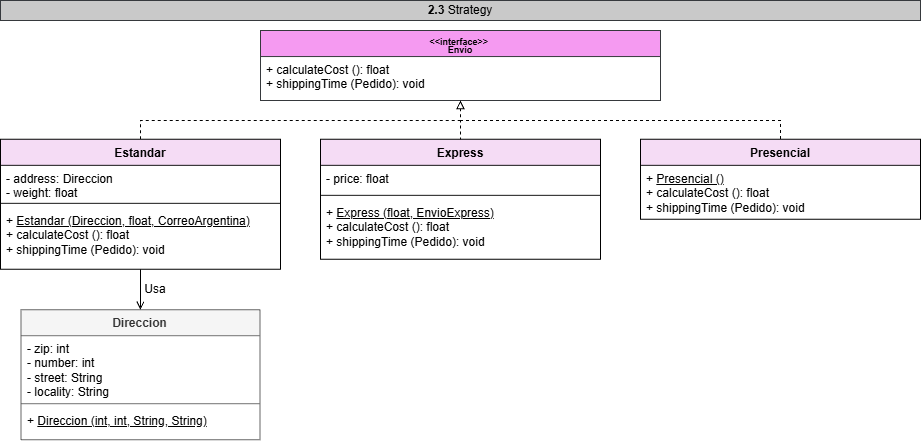
Earlier version of the draw.io export src/Envio/UML.png (saenzlucas/UNQShop). Source tidied: cells renumbered, new cells last; positions are measured from the earlier drawing's top-left corner, leaving out a move shared by most shapes.
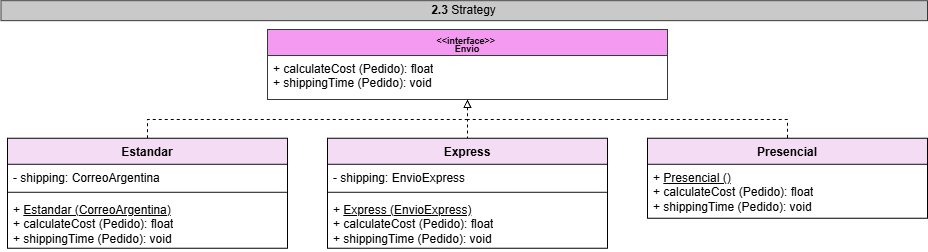
Above is the later version.

Diff of the diagram source:
```diff
@@ -2,12 +2,15 @@
   <root>
     <mxCell id="0" />
     <mxCell id="1" parent="0" />
+    <mxCell id="18" value="&lt;div&gt;&lt;span style=&quot;background-color: transparent; color: light-dark(rgb(0, 0, 0), rgb(255, 255, 255));&quot;&gt;&lt;b&gt;2.3&lt;/b&gt; Strategy&lt;/span&gt;&lt;/div&gt;" style="text;html=1;whiteSpace=wrap;align=center;verticalAlign=middle;rounded=0;fillColor=#C9C9C9;strokeColor=#36393d;" parent="1" vertex="1">
+      <mxGeometry x="-6.5" y="1.1" width="926.5" height="20" as="geometry" />
+    </mxCell>
     <mxCell id="2" value="&lt;div style=&quot;line-height: 70%;&quot;&gt;&lt;div&gt;&lt;font style=&quot;font-size: 9px; line-height: 70%;&quot;&gt;&amp;lt;&amp;lt;interface&amp;gt;&amp;gt;&amp;nbsp;&lt;/font&gt;&lt;/div&gt;&lt;div&gt;&lt;font style=&quot;font-size: 9px; line-height: 70%;&quot;&gt;Envio&lt;/font&gt;&lt;/div&gt;&lt;/div&gt;" style="swimlane;fontStyle=1;align=center;verticalAlign=top;horizontal=1;startSize=26;whiteSpace=wrap;html=1;fillColor=#F59AF1;strokeColor=#36393d;" parent="1" vertex="1">
       <mxGeometry x="260" y="30" width="400" height="70" as="geometry" />
     </mxCell>
-    <mxCell id="3" value="&lt;div&gt;&lt;span style=&quot;background-color: transparent; color: light-dark(rgb(0, 0, 0), rgb(255, 255, 255));&quot;&gt;+ calculateCost (): float&lt;/span&gt;&lt;/div&gt;&lt;div&gt;&lt;span style=&quot;background-color: transparent; color: light-dark(rgb(0, 0, 0), rgb(255, 255, 255));&quot;&gt;+ shippingTime (Pedido): void&lt;/span&gt;&lt;/div&gt;" style="text;strokeColor=none;fillColor=none;align=left;verticalAlign=top;spacingLeft=4;spacingRight=4;overflow=hidden;whiteSpace=wrap;html=1;" parent="2" vertex="1">
-      <mxGeometry y="26" width="400" height="44" as="geometry" />
-    </mxCell>
+    <mxCell id="24" value="&lt;div&gt;&lt;span style=&quot;background-color: transparent; color: light-dark(rgb(0, 0, 0), rgb(255, 255, 255));&quot;&gt;+ calculateCost (&lt;/span&gt;&lt;span style=&quot;background-color: transparent; color: light-dark(rgb(0, 0, 0), rgb(255, 255, 255));&quot;&gt;Pedido&lt;/span&gt;&lt;span style=&quot;background-color: transparent; color: light-dark(rgb(0, 0, 0), rgb(255, 255, 255));&quot;&gt;): float&lt;/span&gt;&lt;/div&gt;&lt;div&gt;&lt;span style=&quot;background-color: transparent; color: light-dark(rgb(0, 0, 0), rgb(255, 255, 255));&quot;&gt;+ shippingTime (Pedido): void&lt;/span&gt;&lt;/div&gt;" style="text;strokeColor=none;fillColor=none;align=left;verticalAlign=top;spacingLeft=4;spacingRight=4;overflow=hidden;whiteSpace=wrap;html=1;" parent="2" vertex="1">
+      <mxGeometry y="26" width="400" height="44" as="geometry" />
+    </mxCell>
     <mxCell id="4" style="edgeStyle=orthogonalEdgeStyle;rounded=0;jettySize=auto;html=1;entryX=0.5;entryY=1;entryDx=0;entryDy=0;dashed=1;endArrow=block;endFill=0;exitX=0.5;exitY=0;exitDx=0;exitDy=0;" parent="1" edge="1" source="6" target="2">
       <mxGeometry relative="1" as="geometry">
         <Array as="points">
@@ -16,72 +19,51 @@
         </Array>
       </mxGeometry>
     </mxCell>
-    <mxCell id="5" style="edgeStyle=orthogonalEdgeStyle;rounded=0;jettySize=auto;html=1;exitX=0.5;exitY=1;exitDx=0;exitDy=0;entryX=0.5;entryY=0;entryDx=0;entryDy=0;endArrow=open;endFill=0;" parent="1" edge="1" source="6" target="19">
-      <mxGeometry relative="1" as="geometry" />
-    </mxCell>
     <mxCell id="6" value="Estandar" style="swimlane;fontStyle=1;align=center;verticalAlign=top;horizontal=1;startSize=26;whiteSpace=wrap;html=1;fillColor=#F5DCF5;strokeColor=default;" parent="1" vertex="1">
-      <mxGeometry y="138.8" width="280" height="130" as="geometry" />
+      <mxGeometry y="138.8" width="280" height="110" as="geometry" />
     </mxCell>
-    <mxCell id="7" value="- address: Direccion&lt;div&gt;- weight: float&lt;/div&gt;" style="text;strokeColor=none;fillColor=none;align=left;verticalAlign=top;spacingLeft=4;spacingRight=4;overflow=hidden;whiteSpace=wrap;html=1;" parent="6" vertex="1">
-      <mxGeometry y="26" width="280" height="34" as="geometry" />
-    </mxCell>
-    <mxCell id="8" style="line;strokeWidth=1;fillColor=none;align=left;verticalAlign=middle;spacingTop=-1;spacingLeft=3;spacingRight=3;labelPosition=right;strokeColor=inherit;" parent="6" vertex="1">
-      <mxGeometry y="60" width="280" height="8" as="geometry" />
-    </mxCell>
-    <mxCell id="9" value="+ &lt;u&gt;Estandar (Direccion, float, CorreoArgentina)&lt;/u&gt;&lt;div&gt;+ calculateCost&amp;nbsp;(): float&lt;/div&gt;&lt;div&gt;+ shippingTime (Pedido): void&lt;/div&gt;" style="text;strokeColor=none;fillColor=none;align=left;verticalAlign=top;spacingLeft=4;spacingRight=4;overflow=hidden;whiteSpace=wrap;html=1;" parent="6" vertex="1">
-      <mxGeometry y="68" width="280" height="62" as="geometry" />
-    </mxCell>
-    <mxCell id="10" style="edgeStyle=none;rounded=0;orthogonalLoop=1;jettySize=auto;html=1;endArrow=none;endFill=0;dashed=1;" parent="1" edge="1">
-      <mxGeometry relative="1" as="geometry">
-        <mxPoint x="460" y="140" as="sourcePoint" />
-        <mxPoint x="460" y="120" as="targetPoint" />
-      </mxGeometry>
-    </mxCell>
+    <mxCell id="25" value="&lt;div&gt;- shipping: CorreoArgentina&lt;/div&gt;" style="text;strokeColor=none;fillColor=none;align=left;verticalAlign=top;spacingLeft=4;spacingRight=4;overflow=hidden;whiteSpace=wrap;html=1;" parent="6" vertex="1">
+      <mxGeometry y="26" width="280" height="24" as="geometry" />
+    </mxCell>
+    <mxCell id="26" style="line;strokeWidth=1;fillColor=none;align=left;verticalAlign=middle;spacingTop=-1;spacingLeft=3;spacingRight=3;labelPosition=right;strokeColor=inherit;" parent="6" vertex="1">
+      <mxGeometry y="50" width="280" height="8" as="geometry" />
+    </mxCell>
+    <mxCell id="27" value="+ &lt;u&gt;Estandar (CorreoArgentina)&lt;/u&gt;&lt;div&gt;+ calculateCost&amp;nbsp;(Pedido): float&lt;/div&gt;&lt;div&gt;+ shippingTime (Pedido): void&lt;/div&gt;" style="text;strokeColor=none;fillColor=none;align=left;verticalAlign=top;spacingLeft=4;spacingRight=4;overflow=hidden;whiteSpace=wrap;html=1;" parent="6" vertex="1">
+      <mxGeometry y="58" width="280" height="52" as="geometry" />
+    </mxCell>
+    <mxCell id="28" style="edgeStyle=none;rounded=0;orthogonalLoop=1;jettySize=auto;html=1;endArrow=none;endFill=0;dashed=1;" parent="1" edge="1">
+      <mxGeometry relative="1" as="geometry">
+        <mxPoint x="460" y="140" as="sourcePoint" />
+        <mxPoint x="460" y="120" as="targetPoint" />
+      </mxGeometry>
+    </mxCell>
     <mxCell id="11" value="Express" style="swimlane;fontStyle=1;align=center;verticalAlign=top;horizontal=1;startSize=26;whiteSpace=wrap;html=1;fillColor=#F5DCF5;strokeColor=default;" parent="1" vertex="1">
-      <mxGeometry x="320" y="138.9" width="280" height="120" as="geometry" />
+      <mxGeometry x="320" y="138.8" width="280" height="110" as="geometry" />
     </mxCell>
-    <mxCell id="12" value="- price: float" style="text;strokeColor=none;fillColor=none;align=left;verticalAlign=top;spacingLeft=4;spacingRight=4;overflow=hidden;whiteSpace=wrap;html=1;" parent="11" vertex="1">
-      <mxGeometry y="26" width="280" height="26" as="geometry" />
-    </mxCell>
-    <mxCell id="13" style="line;strokeWidth=1;fillColor=none;align=left;verticalAlign=middle;spacingTop=-1;spacingLeft=3;spacingRight=3;labelPosition=right;strokeColor=inherit;" parent="11" vertex="1">
-      <mxGeometry y="52" width="280" height="8" as="geometry" />
-    </mxCell>
-    <mxCell id="14" value="+ &lt;u&gt;Express (float, EnvioExpress)&lt;/u&gt;&lt;div&gt;+ calculateCost&amp;nbsp;(): float&lt;/div&gt;&lt;div&gt;+ shippingTime (Pedido): void&lt;/div&gt;" style="text;strokeColor=none;fillColor=none;align=left;verticalAlign=top;spacingLeft=4;spacingRight=4;overflow=hidden;whiteSpace=wrap;html=1;" parent="11" vertex="1">
-      <mxGeometry y="60" width="280" height="60" as="geometry" />
-    </mxCell>
-    <mxCell id="15" style="edgeStyle=orthogonalEdgeStyle;rounded=0;orthogonalLoop=1;jettySize=auto;html=1;endArrow=none;endFill=0;dashed=1;exitX=0.5;exitY=0;exitDx=0;exitDy=0;" parent="1" edge="1">
-      <mxGeometry relative="1" as="geometry">
-        <mxPoint x="780" y="162.4" as="sourcePoint" />
-        <mxPoint x="460" y="120" as="targetPoint" />
-        <Array as="points">
-          <mxPoint x="780" y="120" />
-          <mxPoint x="460" y="120" />
-        </Array>
-      </mxGeometry>
-    </mxCell>
+    <mxCell id="29" value="&lt;div&gt;- shipping: EnvioExpress&lt;/div&gt;" style="text;strokeColor=none;fillColor=none;align=left;verticalAlign=top;spacingLeft=4;spacingRight=4;overflow=hidden;whiteSpace=wrap;html=1;" parent="11" vertex="1">
+      <mxGeometry y="26" width="280" height="24" as="geometry" />
+    </mxCell>
+    <mxCell id="30" style="line;strokeWidth=1;fillColor=none;align=left;verticalAlign=middle;spacingTop=-1;spacingLeft=3;spacingRight=3;labelPosition=right;strokeColor=inherit;" parent="11" vertex="1">
+      <mxGeometry y="50" width="280" height="8" as="geometry" />
+    </mxCell>
+    <mxCell id="31" value="+ &lt;u&gt;Express (EnvioExpress)&lt;/u&gt;&lt;div&gt;+ calculateCost&amp;nbsp;(&lt;span style=&quot;background-color: transparent; color: light-dark(rgb(0, 0, 0), rgb(255, 255, 255));&quot;&gt;Pedido&lt;/span&gt;&lt;span style=&quot;background-color: transparent; color: light-dark(rgb(0, 0, 0), rgb(255, 255, 255));&quot;&gt;): float&lt;/span&gt;&lt;/div&gt;&lt;div&gt;+ shippingTime (Pedido): void&lt;/div&gt;" style="text;strokeColor=none;fillColor=none;align=left;verticalAlign=top;spacingLeft=4;spacingRight=4;overflow=hidden;whiteSpace=wrap;html=1;" parent="11" vertex="1">
+      <mxGeometry y="58" width="280" height="52" as="geometry" />
+    </mxCell>
+    <mxCell id="32" style="edgeStyle=orthogonalEdgeStyle;rounded=0;orthogonalLoop=1;jettySize=auto;html=1;endArrow=none;endFill=0;dashed=1;exitX=0.5;exitY=0;exitDx=0;exitDy=0;" parent="1" edge="1">
+      <mxGeometry relative="1" as="geometry">
+        <mxPoint x="780" y="162.4" as="sourcePoint" />
+        <mxPoint x="460" y="120" as="targetPoint" />
+        <Array as="points">
+          <mxPoint x="780" y="120" />
+          <mxPoint x="460" y="120" />
+        </Array>
+      </mxGeometry>
+    </mxCell>
     <mxCell id="16" value="&lt;div&gt;Presencial&lt;/div&gt;" style="swimlane;fontStyle=1;align=center;verticalAlign=top;horizontal=1;startSize=26;whiteSpace=wrap;html=1;fillColor=#F5DCF5;strokeColor=default;" parent="1" vertex="1">
       <mxGeometry x="640" y="138.8" width="280" height="80" as="geometry" />
     </mxCell>
-    <mxCell id="17" value="+ &lt;u&gt;Presencial&amp;nbsp;()&lt;/u&gt;&lt;div&gt;+ calculateCost&amp;nbsp;(): float&lt;/div&gt;&lt;div&gt;+ shippingTime (Pedido): void&lt;/div&gt;" style="text;strokeColor=none;fillColor=none;align=left;verticalAlign=top;spacingLeft=4;spacingRight=4;overflow=hidden;whiteSpace=wrap;html=1;" parent="16" vertex="1">
-      <mxGeometry y="26" width="280" height="54" as="geometry" />
-    </mxCell>
-    <mxCell id="18" value="&lt;div&gt;&lt;span style=&quot;background-color: transparent; color: light-dark(rgb(0, 0, 0), rgb(255, 255, 255));&quot;&gt;&lt;b&gt;2.3&lt;/b&gt; Strategy&lt;/span&gt;&lt;/div&gt;" style="text;html=1;whiteSpace=wrap;align=center;verticalAlign=middle;rounded=0;fillColor=#C9C9C9;strokeColor=#36393d;" parent="1" vertex="1">
-      <mxGeometry width="920" height="20" as="geometry" />
-    </mxCell>
-    <mxCell id="19" value="Direccion" style="swimlane;fontStyle=1;align=center;verticalAlign=top;horizontal=1;startSize=26;whiteSpace=wrap;html=1;fillColor=#F5F5F5;strokeColor=#666666;fontColor=#333333;" parent="1" vertex="1">
-      <mxGeometry x="20.5" y="309.2" width="239" height="130" as="geometry" />
-    </mxCell>
-    <mxCell id="20" value="&lt;div&gt;- zip: int&lt;/div&gt;- number: int&lt;div&gt;- street: String&lt;/div&gt;&lt;div&gt;- locality: String&lt;/div&gt;" style="text;strokeColor=none;fillColor=none;align=left;verticalAlign=top;spacingLeft=4;spacingRight=4;overflow=hidden;whiteSpace=wrap;html=1;" parent="19" vertex="1">
-      <mxGeometry y="26" width="239" height="64" as="geometry" />
-    </mxCell>
-    <mxCell id="21" style="line;strokeWidth=1;fillColor=none;align=left;verticalAlign=middle;spacingTop=-1;spacingLeft=3;spacingRight=3;labelPosition=right;strokeColor=inherit;" parent="19" vertex="1">
-      <mxGeometry y="90" width="239" height="8" as="geometry" />
-    </mxCell>
-    <mxCell id="22" value="+ &lt;u&gt;Direccion (int, int, String, String)&lt;/u&gt;&lt;div&gt;&lt;br&gt;&lt;/div&gt;&lt;div&gt;&lt;br&gt;&lt;/div&gt;" style="text;strokeColor=none;fillColor=none;align=left;verticalAlign=top;spacingLeft=4;spacingRight=4;overflow=hidden;whiteSpace=wrap;html=1;" parent="19" vertex="1">
-      <mxGeometry y="98" width="239" height="32" as="geometry" />
-    </mxCell>
-    <mxCell id="23" value="Usa" style="text;html=1;whiteSpace=wrap;strokeColor=none;fillColor=none;align=center;verticalAlign=middle;rounded=0;" parent="1" vertex="1">
-      <mxGeometry x="125" y="274" width="60" height="30" as="geometry" />
-    </mxCell>
+    <mxCell id="33" value="+ &lt;u&gt;Presencial&amp;nbsp;()&lt;/u&gt;&lt;div&gt;+ calculateCost&amp;nbsp;(&lt;span style=&quot;background-color: transparent; color: light-dark(rgb(0, 0, 0), rgb(255, 255, 255));&quot;&gt;Pedido&lt;/span&gt;&lt;span style=&quot;background-color: transparent; color: light-dark(rgb(0, 0, 0), rgb(255, 255, 255));&quot;&gt;): float&lt;/span&gt;&lt;/div&gt;&lt;div&gt;+ shippingTime (Pedido): void&lt;/div&gt;" style="text;strokeColor=none;fillColor=none;align=left;verticalAlign=top;spacingLeft=4;spacingRight=4;overflow=hidden;whiteSpace=wrap;html=1;" parent="16" vertex="1">
+      <mxGeometry y="26" width="280" height="54" as="geometry" />
+    </mxCell>
   </root>
 </mxGraphModel>
```
